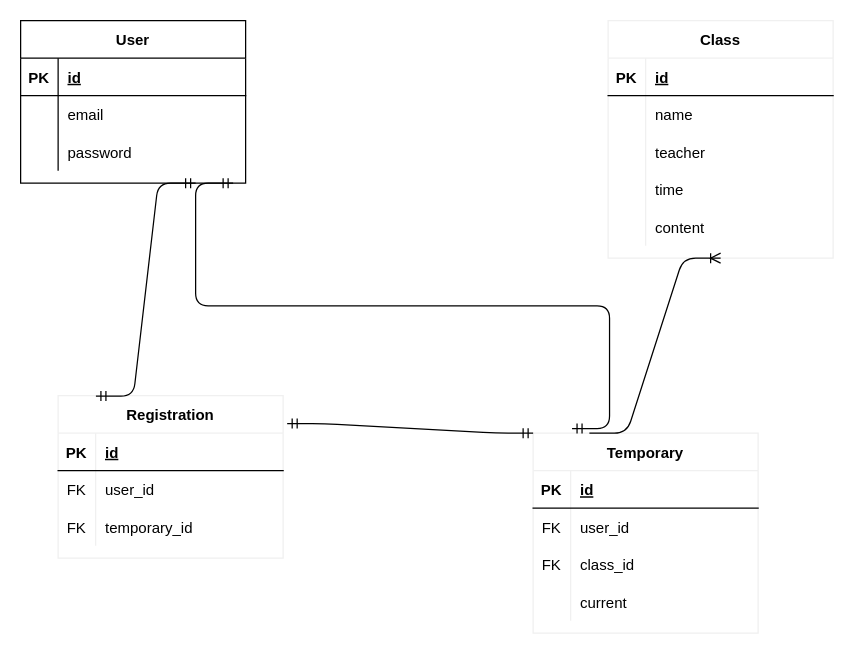
This is er.dio from ka-zu-ki/univ-app, a draw.io file, before an edit. Source tidied: cells renumbered, new cells numbered last; positions are measured from the earlier drawing's top-left corner, leaving out a move shared by most shapes. Both pictures are drawn from the tidied source at 125%, with x=0, y=0 at pixel (20, 20).
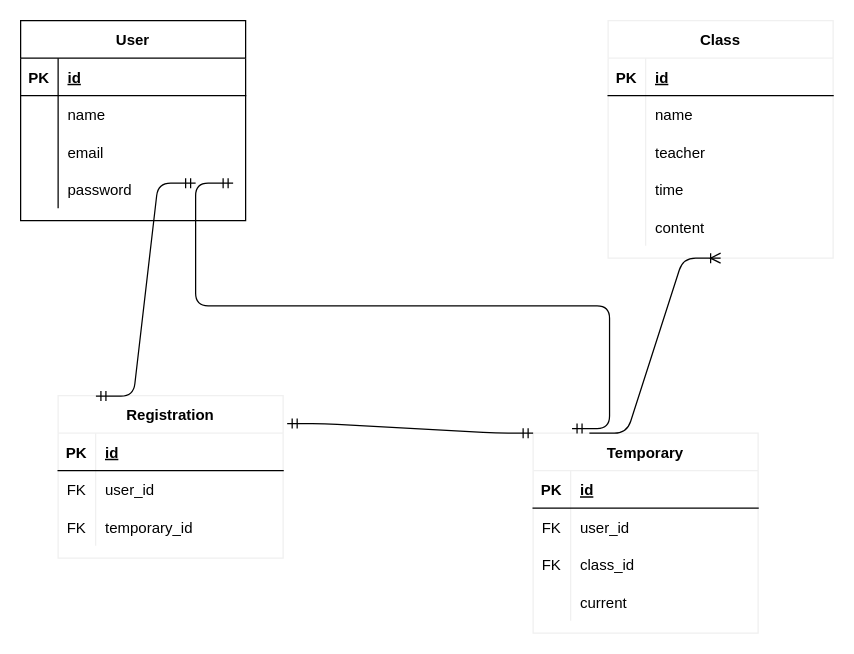
The same page after the edit.

The change refers to these unchanged cells:
```xml
<mxCell id="6" style="shape=partialRectangle;fillColor=none;top=0;left=0;bottom=0;right=0;" parent="2" vertex="1">
  <mxGeometry y="60" width="180" height="30" as="geometry" />
</mxCell>
```

Change to the diagram source:
```diff
@@
     <mxCell id="2" value="User" style="shape=table;startSize=30;childLayout=tableLayout;rowLines=0;fontStyle=1;align=center;" parent="1" vertex="1">
-      <mxGeometry width="180" height="130" as="geometry" />
+      <mxGeometry width="180" height="160" as="geometry" />
     </mxCell>
@@
-    <mxCell id="8" value="email" style="shape=partialRectangle;fillColor=none;top=0;left=0;bottom=0;right=0;align=left;spacingLeft=6;overflow=hidden;perimeterSpacing=0;strokeWidth=1;" parent="6" vertex="1">
+    <mxCell id="8" value="name" style="shape=partialRectangle;fillColor=none;top=0;left=0;bottom=0;right=0;align=left;spacingLeft=6;overflow=hidden;perimeterSpacing=0;strokeWidth=1;" parent="6" vertex="1">
       <mxGeometry x="30" width="150" height="30" as="geometry" />
     </mxCell>
+    <mxCell id="55" style="shape=partialRectangle;fillColor=none;top=0;left=0;bottom=0;right=0;" parent="2" vertex="1">
+      <mxGeometry y="90" width="180" height="30" as="geometry" />
+    </mxCell>
+    <mxCell id="56" style="shape=partialRectangle;fillColor=none;top=0;left=0;bottom=0;right=0;overflow=hidden;" parent="55" vertex="1">
+      <mxGeometry width="30" height="30" as="geometry" />
+    </mxCell>
+    <mxCell id="57" value="email" style="shape=partialRectangle;fillColor=none;top=0;left=0;bottom=0;right=0;align=left;spacingLeft=6;overflow=hidden;perimeterSpacing=0;strokeWidth=1;" parent="55" vertex="1">
+      <mxGeometry x="30" width="150" height="30" as="geometry" />
+    </mxCell>
     <mxCell id="9" style="shape=partialRectangle;fillColor=none;top=0;left=0;bottom=0;right=0;" parent="2" vertex="1">
-      <mxGeometry y="90" width="180" height="30" as="geometry" />
+      <mxGeometry y="120" width="180" height="30" as="geometry" />
     </mxCell>
```
